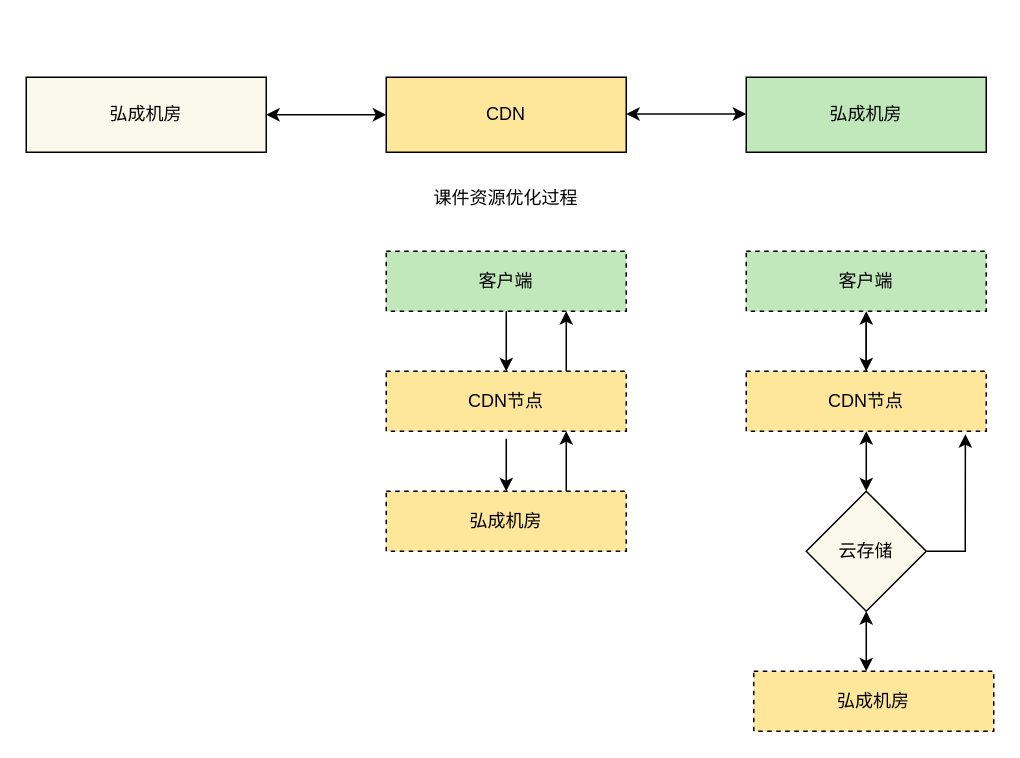
The draw.io diagram page "课件资源" (5 of 6) of ppt1.drawio in liujx2005/liujx2005, before the edit. Source tidied: cells renumbered, new cells numbered last; positions are measured from the earlier drawing's top-left corner, leaving out a move shared by most shapes. Both pictures are drawn from the tidied source at 150%, with x=0, y=0 at pixel (26, 76).
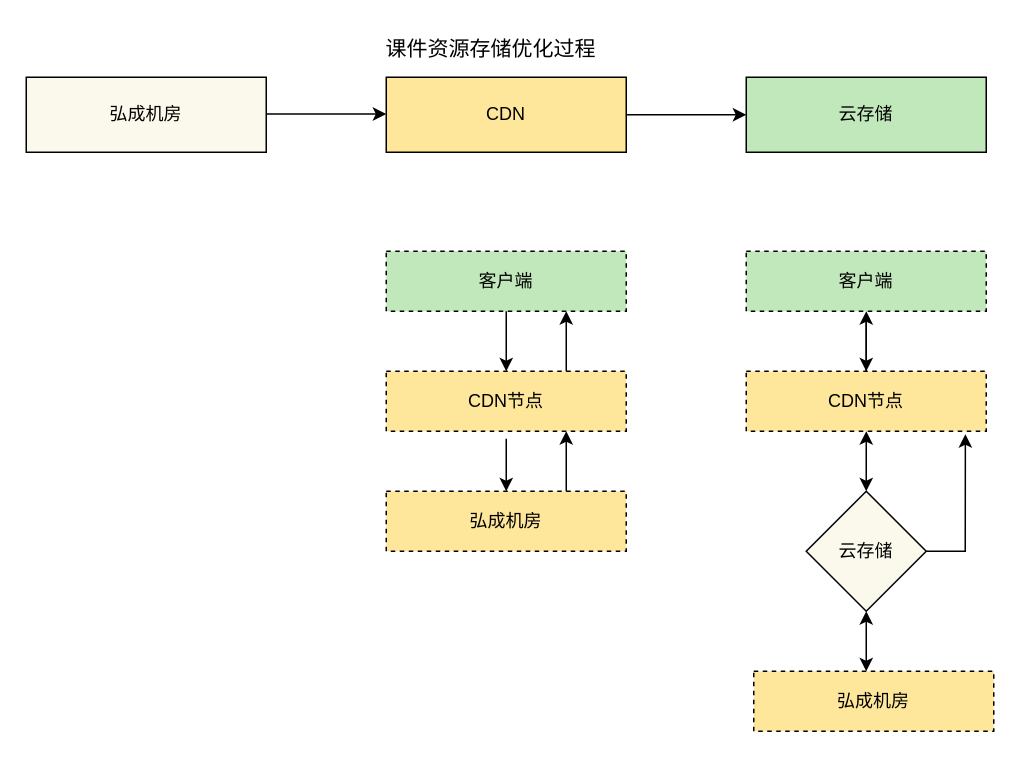
After the change.

The change refers to these unchanged cells:
```xml
<mxCell id="2" value="弘成机房" style="rounded=0;whiteSpace=wrap;html=1;fillColor=#FBF9EC;gradientColor=none;" parent="1" vertex="1">
  <mxGeometry width="160" height="50" as="geometry" />
</mxCell>
<mxCell id="3" value="CDN" style="rounded=0;whiteSpace=wrap;html=1;fillColor=#FEE69B;gradientColor=none;" parent="1" vertex="1">
  <mxGeometry x="240" width="160" height="50" as="geometry" />
</mxCell>
```

Diff of the diagram source:
```diff
@@
+    <mxCell id="24" style="edgeStyle=orthogonalEdgeStyle;rounded=0;jettySize=auto;html=1;" parent="1" edge="1" source="3" target="4">
+      <mxGeometry relative="1" as="geometry" />
+    </mxCell>
@@
-    <mxCell id="4" value="弘成机房" style="rounded=0;whiteSpace=wrap;html=1;fillColor=#C1E8BB;gradientColor=none;" parent="1" vertex="1">
+    <mxCell id="4" value="云存储" style="rounded=0;whiteSpace=wrap;html=1;fillColor=#C1E8BB;gradientColor=none;" parent="1" vertex="1">
       <mxGeometry x="480" width="160" height="50" as="geometry" />
     </mxCell>
-    <mxCell id="5" style="endArrow=classic;startArrow=classic;html=1;rounded=0;entryX=0;entryY=0.5;entryDx=0;entryDy=0;exitX=1;exitY=0.5;exitDx=0;exitDy=0;" parent="1" edge="1" source="2" target="3">
-      <mxGeometry relative="1" as="geometry" />
-    </mxCell>
-    <mxCell id="6" style="endArrow=classic;startArrow=classic;html=1;rounded=0;entryX=0;entryY=0.5;entryDx=0;entryDy=0;exitX=1;exitY=0.5;exitDx=0;exitDy=0;" parent="1" edge="1">
-      <mxGeometry relative="1" as="geometry">
-        <mxPoint x="400" y="24.5" as="sourcePoint" />
-        <mxPoint x="480" y="24.5" as="targetPoint" />
-      </mxGeometry>
-    </mxCell>
@@
-    <mxCell id="23" value="课件资源优化过程" style="text;html=1;strokeColor=none;fillColor=none;align=center;verticalAlign=middle;whiteSpace=wrap;rounded=0;dashed=1;" parent="1" vertex="1">
-      <mxGeometry x="240" y="66" width="160" height="30" as="geometry" />
+    <mxCell id="23" value="课件资源存储优化过程" style="text;html=1;strokeColor=none;fillColor=none;align=center;verticalAlign=middle;whiteSpace=wrap;rounded=0;dashed=1;fontSize=14;" parent="1" vertex="1">
+      <mxGeometry x="230" y="-34" width="160" height="30" as="geometry" />
     </mxCell>
+    <mxCell id="25" style="edgeStyle=orthogonalEdgeStyle;rounded=0;orthogonalLoop=1;jettySize=auto;html=1;" parent="1" edge="1">
+      <mxGeometry relative="1" as="geometry">
+        <mxPoint x="160" y="24.5" as="sourcePoint" />
+        <mxPoint x="240" y="24.5" as="targetPoint" />
+      </mxGeometry>
+    </mxCell>
```
